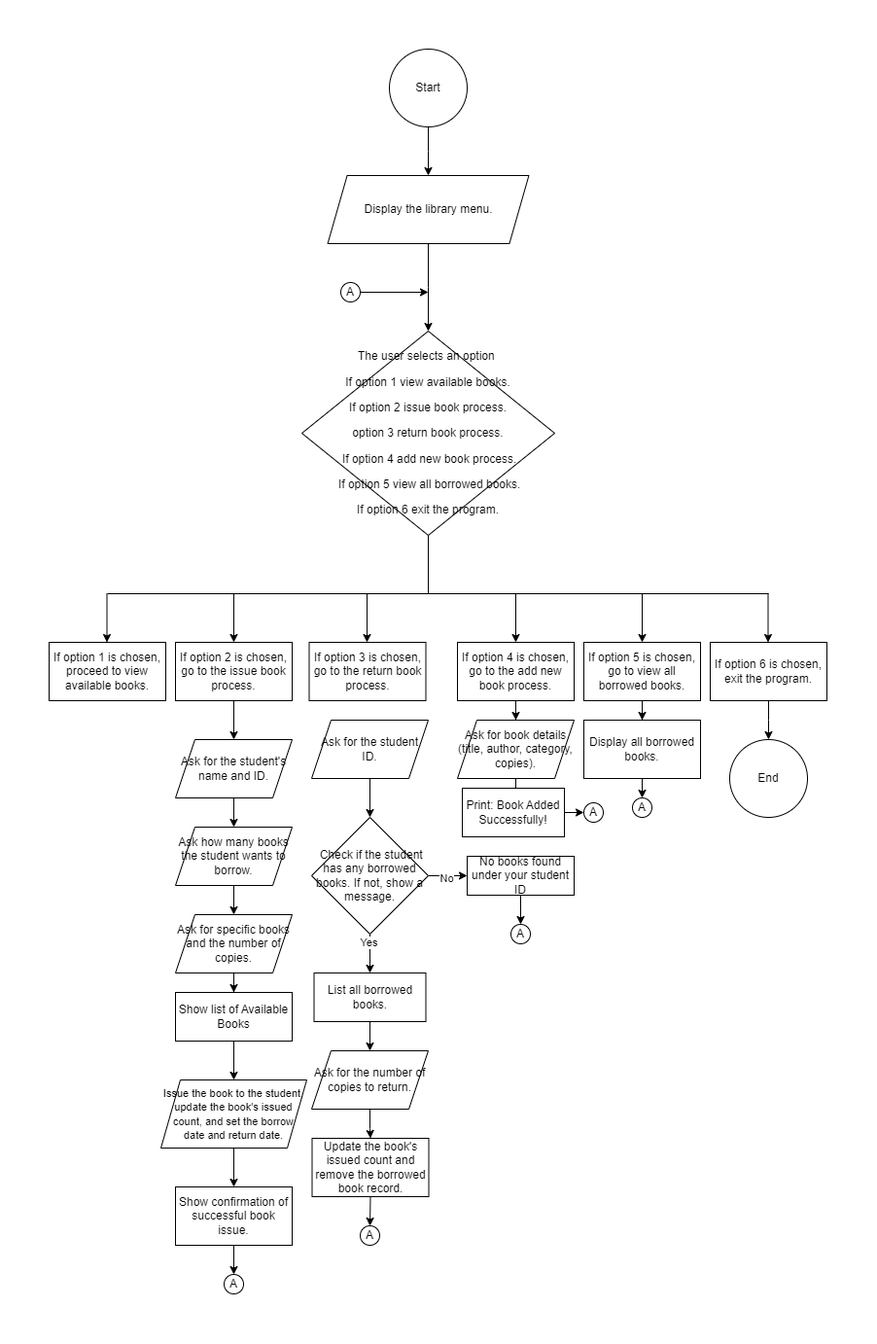
Jyrrel/Library-Management-System-Console-Type keeps this draw.io diagram as Flowchart Update.drawio.png. Above is the earlier version. Source tidied: cells renumbered, new cells last; positions are measured from the earlier drawing's top-left corner, leaving out a move shared by most shapes.
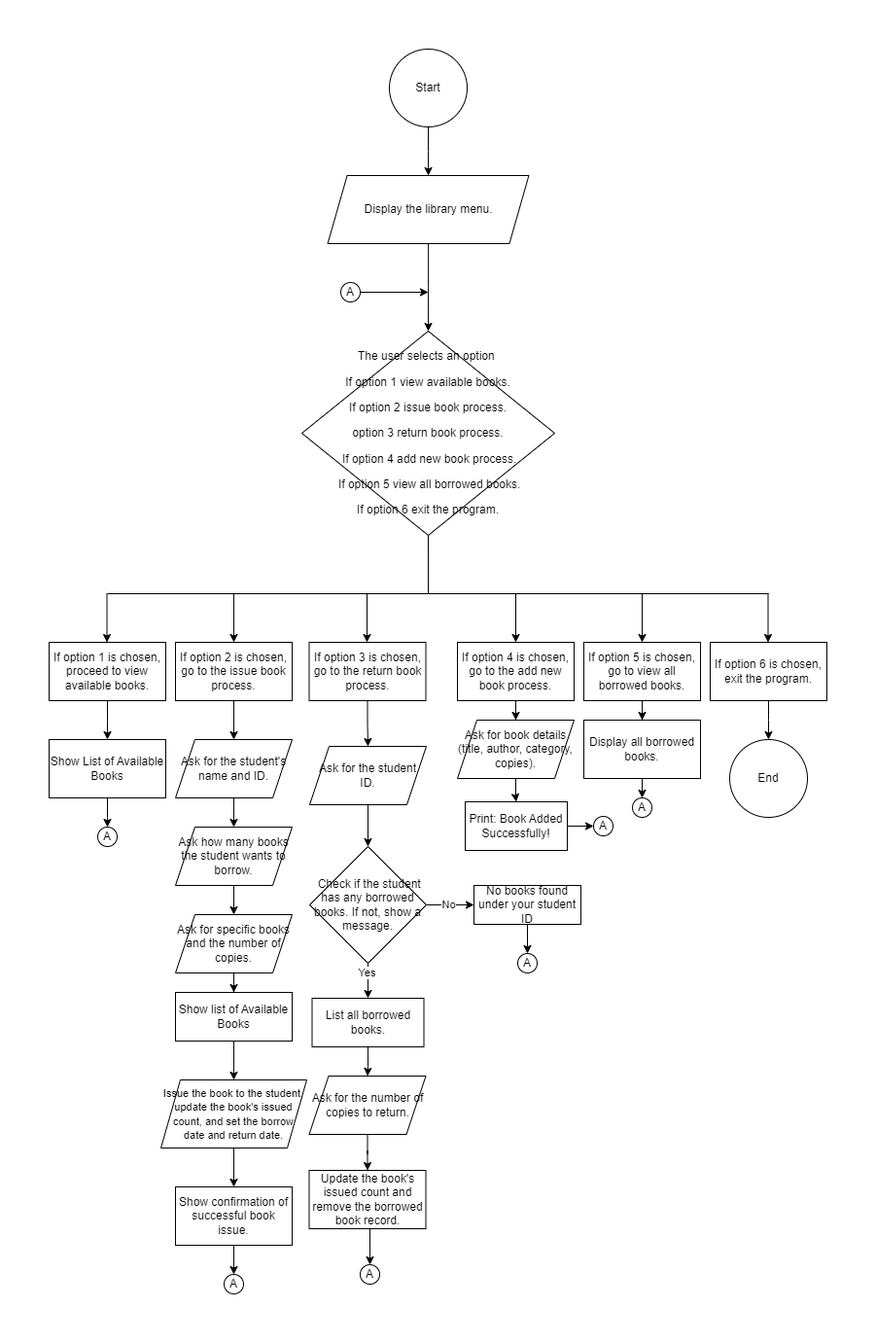
Later version of the same file.

The edit, as a diff of the source:
```diff
@@ -64,6 +64,11 @@
         <mxPoint x="739.5" y="610" as="targetPoint" />
       </mxGeometry>
     </mxCell>
+    <mxCell id="66" style="edgeStyle=orthogonalEdgeStyle;rounded=0;jettySize=auto;html=1;" parent="1" edge="1" source="15">
+      <mxGeometry relative="1" as="geometry">
+        <mxPoint x="60" y="710" as="targetPoint" />
+      </mxGeometry>
+    </mxCell>
     <mxCell id="15" value="If option 1 is chosen, proceed to view available books." style="rounded=0;whiteSpace=wrap;html=1;" parent="1" vertex="1">
       <mxGeometry y="610" width="120" height="60" as="geometry" />
     </mxCell>
@@ -73,6 +78,9 @@
     <mxCell id="17" value="If option 2 is chosen, go to the issue book process." style="rounded=0;whiteSpace=wrap;html=1;" parent="1" vertex="1">
       <mxGeometry x="130" y="610" width="120" height="60" as="geometry" />
     </mxCell>
+    <mxCell id="67" style="edgeStyle=orthogonalEdgeStyle;rounded=0;jettySize=auto;html=1;" parent="1" edge="1" source="18" target="37">
+      <mxGeometry relative="1" as="geometry" />
+    </mxCell>
     <mxCell id="18" value="If option 3 is chosen, go to the return book process." style="rounded=0;whiteSpace=wrap;html=1;" parent="1" vertex="1">
       <mxGeometry x="267.5" y="610" width="120" height="60" as="geometry" />
     </mxCell>
@@ -133,7 +141,7 @@
       <mxGeometry relative="1" as="geometry" />
     </mxCell>
     <mxCell id="37" value="Ask for the student ID." style="shape=parallelogram;perimeter=parallelogramPerimeter;whiteSpace=wrap;html=1;fixedSize=1;rounded=0;" parent="1" vertex="1">
-      <mxGeometry x="270" y="690" width="120" height="60" as="geometry" />
+      <mxGeometry x="268" y="717" width="120" height="60" as="geometry" />
     </mxCell>
     <mxCell id="38" style="edgeStyle=orthogonalEdgeStyle;rounded=0;jettySize=auto;html=1;entryX=0.5;entryY=0;entryDx=0;entryDy=0;" parent="1" edge="1" source="39" target="32">
       <mxGeometry relative="1" as="geometry" />
@@ -147,25 +155,23 @@
     <mxCell id="41" value="Yes" style="edgeLabel;html=1;align=center;verticalAlign=middle;" parent="40" vertex="1">
       <mxGeometry x="-0.6" y="-2" relative="1" as="geometry" />
     </mxCell>
-    <mxCell id="42" style="edgeStyle=orthogonalEdgeStyle;rounded=0;jettySize=auto;html=1;" parent="1" edge="1" source="44">
-      <mxGeometry relative="1" as="geometry">
-        <mxPoint x="430" y="850" as="targetPoint" />
-      </mxGeometry>
-    </mxCell>
+    <mxCell id="68" style="edgeStyle=orthogonalEdgeStyle;rounded=0;jettySize=auto;html=1;" parent="1" edge="1" source="44" target="46">
+      <mxGeometry relative="1" as="geometry" />
+    </mxCell>
-    <mxCell id="43" value="No" style="edgeLabel;html=1;align=center;verticalAlign=middle;" parent="42" vertex="1">
-      <mxGeometry x="-0.09" y="-2" relative="1" as="geometry" />
+    <mxCell id="43" value="No" style="edgeLabel;html=1;align=center;verticalAlign=middle;" parent="68" vertex="1">
+      <mxGeometry x="-0.11" y="1" relative="1" as="geometry" />
     </mxCell>
     <mxCell id="44" value="&amp;nbsp;Check if the student has any borrowed books. If not, show a message." style="rhombus;whiteSpace=wrap;html=1;rounded=0;" parent="1" vertex="1">
-      <mxGeometry x="270" y="790" width="120" height="120" as="geometry" />
+      <mxGeometry x="268" y="820" width="120" height="120" as="geometry" />
     </mxCell>
     <mxCell id="45" style="edgeStyle=orthogonalEdgeStyle;rounded=0;jettySize=auto;html=1;exitX=0.5;exitY=1;exitDx=0;exitDy=0;" parent="1" edge="1" source="46" target="47">
       <mxGeometry relative="1" as="geometry" />
     </mxCell>
     <mxCell id="46" value="No books found under your student ID" style="rounded=0;whiteSpace=wrap;html=1;" parent="1" vertex="1">
-      <mxGeometry x="430" y="830" width="110" height="40" as="geometry" />
+      <mxGeometry x="437" y="860" width="110" height="40" as="geometry" />
     </mxCell>
     <mxCell id="47" value="A" style="ellipse;whiteSpace=wrap;html=1;" parent="1" vertex="1">
-      <mxGeometry x="475" y="900" width="20" height="20" as="geometry" />
+      <mxGeometry x="482" y="930" width="20" height="20" as="geometry" />
     </mxCell>
     <mxCell id="48" value="A" style="ellipse;whiteSpace=wrap;html=1;" parent="1" vertex="1">
       <mxGeometry x="300" y="240" width="20" height="20" as="geometry" />
@@ -180,41 +186,34 @@
       <mxGeometry relative="1" as="geometry" />
     </mxCell>
     <mxCell id="51" value="List all borrowed books." style="rounded=0;whiteSpace=wrap;html=1;" parent="1" vertex="1">
-      <mxGeometry x="272.5" y="950" width="115" height="50" as="geometry" />
+      <mxGeometry x="270.5" y="976" width="115" height="50" as="geometry" />
     </mxCell>
     <mxCell id="52" style="edgeStyle=orthogonalEdgeStyle;rounded=0;jettySize=auto;html=1;" parent="1" edge="1" source="53" target="55">
       <mxGeometry relative="1" as="geometry" />
     </mxCell>
     <mxCell id="53" value="Ask for the number of copies to return." style="shape=parallelogram;perimeter=parallelogramPerimeter;whiteSpace=wrap;html=1;fixedSize=1;rounded=0;" parent="1" vertex="1">
-      <mxGeometry x="270" y="1030" width="120" height="60" as="geometry" />
+      <mxGeometry x="267.5" y="1056" width="120" height="60" as="geometry" />
     </mxCell>
     <mxCell id="54" style="edgeStyle=orthogonalEdgeStyle;rounded=0;jettySize=auto;html=1;exitX=0.5;exitY=1;exitDx=0;exitDy=0;entryX=0.5;entryY=0;entryDx=0;entryDy=0;" parent="1" edge="1" source="55" target="56">
       <mxGeometry relative="1" as="geometry" />
     </mxCell>
     <mxCell id="55" value="Update the book's issued count and remove the borrowed book record." style="whiteSpace=wrap;html=1;rounded=0;" parent="1" vertex="1">
-      <mxGeometry x="270.5" y="1120" width="120" height="60" as="geometry" />
+      <mxGeometry x="267.5" y="1153" width="120" height="60" as="geometry" />
     </mxCell>
     <mxCell id="56" value="A" style="ellipse;whiteSpace=wrap;html=1;" parent="1" vertex="1">
-      <mxGeometry x="320" y="1210" width="20" height="20" as="geometry" />
+      <mxGeometry x="320" y="1250" width="20" height="20" as="geometry" />
     </mxCell>
-    <mxCell id="57" style="edgeStyle=orthogonalEdgeStyle;rounded=0;jettySize=auto;html=1;" parent="1" edge="1" source="58">
-      <mxGeometry relative="1" as="geometry">
-        <mxPoint x="480" y="780" as="targetPoint" />
-      </mxGeometry>
-    </mxCell>
+    <mxCell id="69" style="edgeStyle=orthogonalEdgeStyle;rounded=0;jettySize=auto;html=1;" parent="1" edge="1" source="58" target="60">
+      <mxGeometry relative="1" as="geometry" />
+    </mxCell>
     <mxCell id="58" value="Ask for book details (title, author, category, copies)." style="shape=parallelogram;perimeter=parallelogramPerimeter;whiteSpace=wrap;html=1;fixedSize=1;rounded=0;" parent="1" vertex="1">
       <mxGeometry x="420" y="690" width="120" height="60" as="geometry" />
     </mxCell>
-    <mxCell id="59" style="edgeStyle=orthogonalEdgeStyle;rounded=0;jettySize=auto;html=1;" parent="1" edge="1" source="60">
-      <mxGeometry relative="1" as="geometry">
-        <mxPoint x="550" y="785" as="targetPoint" />
-      </mxGeometry>
-    </mxCell>
     <mxCell id="60" value="Print: Book Added&lt;br&gt;Successfully!" style="rounded=0;whiteSpace=wrap;html=1;" parent="1" vertex="1">
-      <mxGeometry x="425" y="760" width="105" height="50" as="geometry" />
+      <mxGeometry x="428" y="774" width="105" height="50" as="geometry" />
     </mxCell>
     <mxCell id="61" value="A" style="ellipse;whiteSpace=wrap;html=1;" parent="1" vertex="1">
-      <mxGeometry x="550" y="775" width="20" height="20" as="geometry" />
+      <mxGeometry x="560" y="789" width="20" height="20" as="geometry" />
     </mxCell>
     <mxCell id="62" value="End" style="ellipse;whiteSpace=wrap;html=1;" parent="1" vertex="1">
       <mxGeometry x="700" y="710" width="80" height="80" as="geometry" />
@@ -230,5 +229,19 @@
     <mxCell id="65" value="A" style="ellipse;whiteSpace=wrap;html=1;" parent="1" vertex="1">
       <mxGeometry x="600" y="770" width="20" height="20" as="geometry" />
     </mxCell>
+    <mxCell id="70" style="edgeStyle=orthogonalEdgeStyle;rounded=0;jettySize=auto;html=1;" parent="1" edge="1" source="71">
+      <mxGeometry relative="1" as="geometry">
+        <mxPoint x="60" y="800" as="targetPoint" />
+      </mxGeometry>
+    </mxCell>
+    <mxCell id="71" value="Show List of Available&lt;br&gt;Books" style="rounded=0;whiteSpace=wrap;html=1;" parent="1" vertex="1">
+      <mxGeometry y="710" width="120" height="60" as="geometry" />
+    </mxCell>
+    <mxCell id="72" value="A" style="ellipse;whiteSpace=wrap;html=1;" parent="1" vertex="1">
+      <mxGeometry x="50" y="800" width="20" height="20" as="geometry" />
+    </mxCell>
+    <mxCell id="73" style="endArrow=classic;html=1;rounded=0;exitX=1;exitY=0.5;exitDx=0;exitDy=0;entryX=0;entryY=0.5;entryDx=0;entryDy=0;" parent="1" edge="1" source="60" target="61">
+      <mxGeometry relative="1" as="geometry" />
+    </mxCell>
   </root>
 </mxGraphModel>
```
